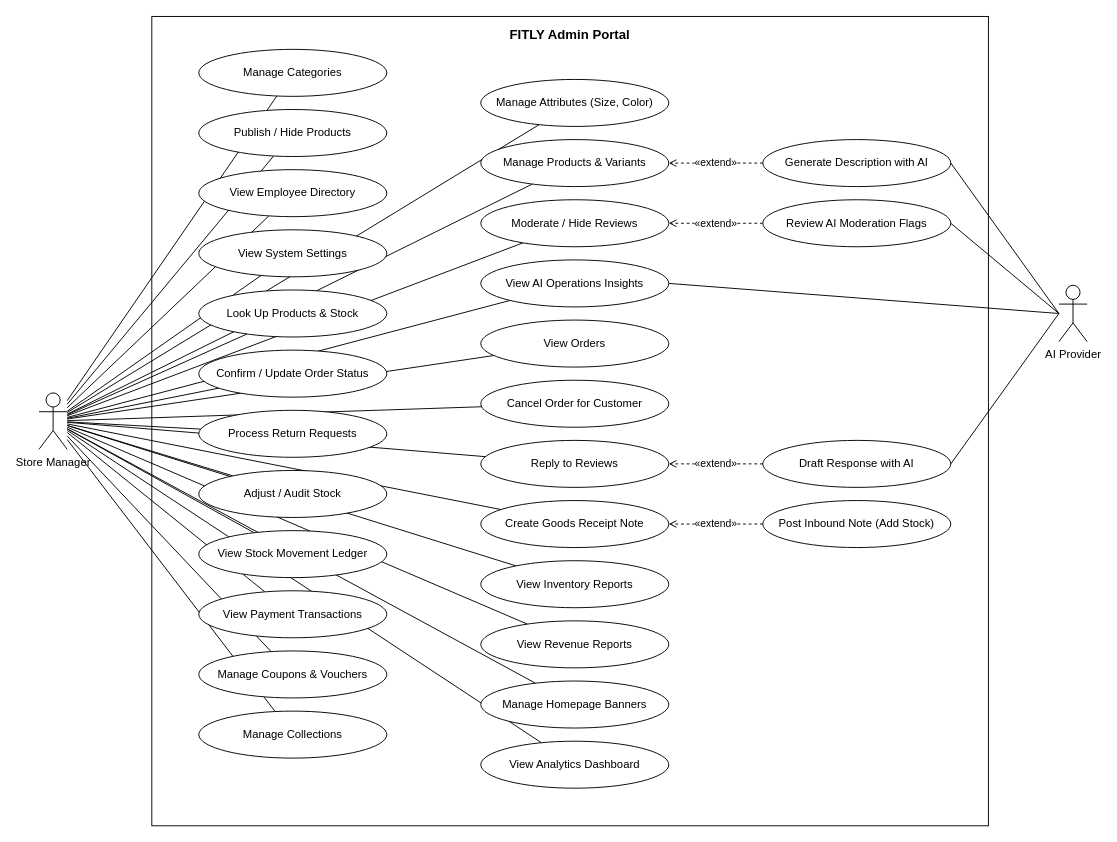
The draw.io diagram page "Accountant - Payments & Refunds" (9 of 15) of docs/design/usecase/FITLY-usecase.drawio in vietcachep/eco_fashion_be, before the edit. Source tidied: cells renumbered, new cells numbered last; positions are measured from the earlier drawing's top-left corner, leaving out a move shared by most shapes. Both pictures are drawn from the tidied source at 94%, with x=0, y=0 at pixel (39, 16).
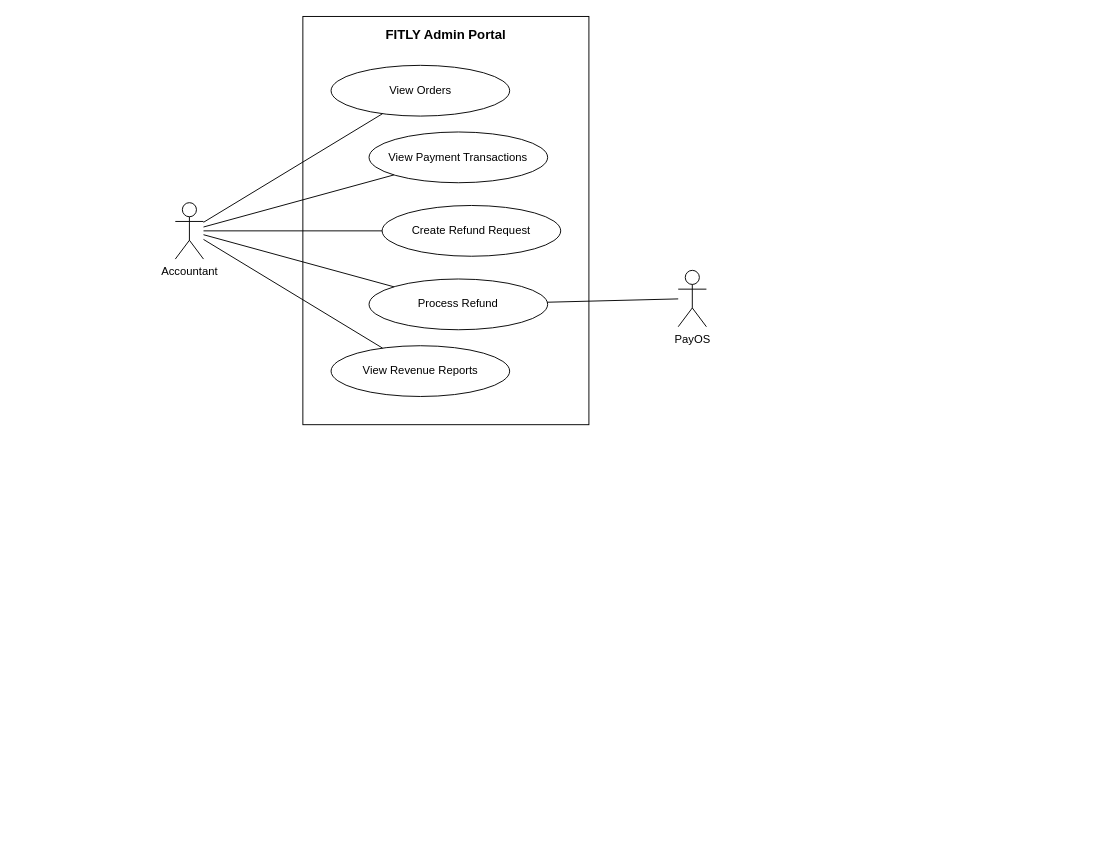
The same page after the edit.

Change to the diagram source:
```diff
@@
-    <mxCell id="2" style="edgeStyle=none;html=1;rounded=0;endArrow=none;" parent="1" edge="1" source="63" target="35">
-      <mxGeometry relative="1" as="geometry" />
-    </mxCell>
-    <mxCell id="3" style="edgeStyle=none;html=1;rounded=0;endArrow=none;" parent="1" edge="1" source="63" target="36">
-      <mxGeometry relative="1" as="geometry" />
-    </mxCell>
-    <mxCell id="4" style="edgeStyle=none;html=1;rounded=0;endArrow=none;" parent="1" edge="1" source="63" target="37">
-      <mxGeometry relative="1" as="geometry" />
-    </mxCell>
-    <mxCell id="5" style="edgeStyle=none;html=1;rounded=0;endArrow=none;" parent="1" edge="1" source="63" target="39">
-      <mxGeometry relative="1" as="geometry" />
-    </mxCell>
-    <mxCell id="6" style="edgeStyle=none;html=1;rounded=0;endArrow=none;" parent="1" edge="1" source="63" target="40">
-      <mxGeometry relative="1" as="geometry" />
-    </mxCell>
-    <mxCell id="7" style="edgeStyle=none;html=1;rounded=0;endArrow=none;" parent="1" edge="1" source="63" target="42">
-      <mxGeometry relative="1" as="geometry" />
-    </mxCell>
-    <mxCell id="8" style="edgeStyle=none;html=1;rounded=0;endArrow=none;" parent="1" edge="1" source="63" target="43">
-      <mxGeometry relative="1" as="geometry" />
-    </mxCell>
-    <mxCell id="9" style="edgeStyle=none;html=1;rounded=0;endArrow=none;" parent="1" edge="1" source="63" target="44">
-      <mxGeometry relative="1" as="geometry" />
-    </mxCell>
-    <mxCell id="10" style="edgeStyle=none;html=1;rounded=0;endArrow=none;" parent="1" edge="1" source="63" target="45">
-      <mxGeometry relative="1" as="geometry" />
-    </mxCell>
-    <mxCell id="11" style="edgeStyle=none;html=1;rounded=0;endArrow=none;" parent="1" edge="1" source="63" target="46">
-      <mxGeometry relative="1" as="geometry" />
-    </mxCell>
-    <mxCell id="12" style="edgeStyle=none;html=1;rounded=0;endArrow=none;" parent="1" edge="1" source="63" target="47">
-      <mxGeometry relative="1" as="geometry" />
-    </mxCell>
-    <mxCell id="13" style="edgeStyle=none;html=1;rounded=0;endArrow=none;" parent="1" edge="1" source="63" target="48">
-      <mxGeometry relative="1" as="geometry" />
-    </mxCell>
-    <mxCell id="14" style="edgeStyle=none;html=1;rounded=0;endArrow=none;" parent="1" edge="1" source="63" target="49">
-      <mxGeometry relative="1" as="geometry" />
-    </mxCell>
-    <mxCell id="15" style="edgeStyle=none;html=1;rounded=0;endArrow=none;" parent="1" edge="1" source="63" target="50">
-      <mxGeometry relative="1" as="geometry" />
-    </mxCell>
-    <mxCell id="16" style="edgeStyle=none;html=1;rounded=0;endArrow=none;" parent="1" edge="1" source="63" target="52">
-      <mxGeometry relative="1" as="geometry" />
-    </mxCell>
-    <mxCell id="17" style="edgeStyle=none;html=1;rounded=0;endArrow=none;" parent="1" edge="1" source="63" target="54">
-      <mxGeometry relative="1" as="geometry" />
-    </mxCell>
-    <mxCell id="18" style="edgeStyle=none;html=1;rounded=0;endArrow=none;" parent="1" edge="1" source="63" target="55">
-      <mxGeometry relative="1" as="geometry" />
-    </mxCell>
-    <mxCell id="19" style="edgeStyle=none;html=1;rounded=0;endArrow=none;" parent="1" edge="1" source="63" target="56">
-      <mxGeometry relative="1" as="geometry" />
-    </mxCell>
-    <mxCell id="20" style="edgeStyle=none;html=1;rounded=0;endArrow=none;" parent="1" edge="1" source="63" target="57">
-      <mxGeometry relative="1" as="geometry" />
-    </mxCell>
-    <mxCell id="21" style="edgeStyle=none;html=1;rounded=0;endArrow=none;" parent="1" edge="1" source="63" target="58">
-      <mxGeometry relative="1" as="geometry" />
-    </mxCell>
-    <mxCell id="22" style="edgeStyle=none;html=1;rounded=0;endArrow=none;" parent="1" edge="1" source="63" target="59">
-      <mxGeometry relative="1" as="geometry" />
-    </mxCell>
-    <mxCell id="23" style="edgeStyle=none;html=1;rounded=0;endArrow=none;" parent="1" edge="1" source="63" target="60">
-      <mxGeometry relative="1" as="geometry" />
-    </mxCell>
-    <mxCell id="24" style="edgeStyle=none;html=1;rounded=0;endArrow=none;" parent="1" edge="1" source="63" target="61">
-      <mxGeometry relative="1" as="geometry" />
-    </mxCell>
-    <mxCell id="25" style="edgeStyle=none;html=1;rounded=0;endArrow=none;" parent="1" edge="1" source="63" target="62">
-      <mxGeometry relative="1" as="geometry" />
-    </mxCell>
-    <mxCell id="26" value="«extend»" style="edgeStyle=none;html=1;rounded=0;dashed=1;endArrow=open;endFill=0;fontSize=11;" parent="1" edge="1" source="38" target="37">
-      <mxGeometry relative="1" as="geometry" />
-    </mxCell>
-    <mxCell id="27" value="«extend»" style="edgeStyle=none;html=1;rounded=0;dashed=1;endArrow=open;endFill=0;fontSize=11;" parent="1" edge="1" source="41" target="40">
-      <mxGeometry relative="1" as="geometry" />
-    </mxCell>
-    <mxCell id="28" value="«extend»" style="edgeStyle=none;html=1;rounded=0;dashed=1;endArrow=open;endFill=0;fontSize=11;" parent="1" edge="1" source="51" target="50">
-      <mxGeometry relative="1" as="geometry" />
-    </mxCell>
-    <mxCell id="29" value="«extend»" style="edgeStyle=none;html=1;rounded=0;dashed=1;endArrow=open;endFill=0;fontSize=11;" parent="1" edge="1" source="53" target="52">
-      <mxGeometry relative="1" as="geometry" />
-    </mxCell>
-    <mxCell id="30" style="edgeStyle=none;html=1;rounded=0;endArrow=none;exitX=1;exitY=0.5;entryX=0;entryY=0.5;" parent="1" edge="1" source="38" target="64">
-      <mxGeometry relative="1" as="geometry" />
-    </mxCell>
-    <mxCell id="31" style="edgeStyle=none;html=1;rounded=0;endArrow=none;exitX=1;exitY=0.5;entryX=0;entryY=0.5;" parent="1" edge="1" source="41" target="64">
-      <mxGeometry relative="1" as="geometry" />
-    </mxCell>
-    <mxCell id="32" style="edgeStyle=none;html=1;rounded=0;endArrow=none;exitX=1;exitY=0.5;entryX=0;entryY=0.5;" parent="1" edge="1" source="42" target="64">
-      <mxGeometry relative="1" as="geometry" />
-    </mxCell>
-    <mxCell id="33" style="edgeStyle=none;html=1;rounded=0;endArrow=none;exitX=1;exitY=0.5;entryX=0;entryY=0.5;" parent="1" edge="1" source="51" target="64">
-      <mxGeometry relative="1" as="geometry" />
-    </mxCell>
     <mxCell id="34" value="FITLY Admin Portal" style="rounded=0;whiteSpace=wrap;html=1;fillColor=none;verticalAlign=top;fontStyle=1;fontSize=14;spacingTop=4;" parent="1" vertex="1">
-      <mxGeometry x="120" width="890" height="861" as="geometry" />
+      <mxGeometry x="280.7" width="304.3" height="434.3" as="geometry" />
     </mxCell>
-    <mxCell id="35" value="Manage Categories" style="ellipse;whiteSpace=wrap;html=1;fontSize=12;fillColor=#FFFFFF;" parent="1" vertex="1">
-      <mxGeometry x="170" y="35" width="200" height="50" as="geometry" />
+    <mxCell id="35" value="View Orders" style="ellipse;whiteSpace=wrap;html=1;fontSize=12;fillColor=#FFFFFF;" parent="1" vertex="1">
+      <mxGeometry x="310.7" y="52" width="190" height="54" as="geometry" />
     </mxCell>
-    <mxCell id="36" value="Manage Attributes (Size, Color)" style="ellipse;whiteSpace=wrap;html=1;fontSize=12;fillColor=#FFFFFF;" parent="1" vertex="1">
-      <mxGeometry x="470" y="67" width="200" height="50" as="geometry" />
+    <mxCell id="36" value="View Payment Transactions" style="ellipse;whiteSpace=wrap;html=1;fontSize=12;fillColor=#FFFFFF;" parent="1" vertex="1">
+      <mxGeometry x="351.1" y="122.9" width="190" height="54" as="geometry" />
     </mxCell>
-    <mxCell id="37" value="Manage Products &amp; Variants" style="ellipse;whiteSpace=wrap;html=1;fontSize=12;fillColor=#FFFFFF;" parent="1" vertex="1">
-      <mxGeometry x="470" y="131" width="200" height="50" as="geometry" />
+    <mxCell id="37" value="Create Refund Request" style="ellipse;whiteSpace=wrap;html=1;fontSize=12;fillColor=#FFFFFF;" parent="1" vertex="1">
+      <mxGeometry x="365" y="201.1" width="190" height="54" as="geometry" />
     </mxCell>
-    <mxCell id="38" value="Generate Description with AI" style="ellipse;whiteSpace=wrap;html=1;fontSize=12;fillColor=#FFFFFF;" parent="1" vertex="1">
-      <mxGeometry x="770" y="131" width="200" height="50" as="geometry" />
+    <mxCell id="38" value="Process Refund" style="ellipse;whiteSpace=wrap;html=1;fontSize=12;fillColor=#FFFFFF;" parent="1" vertex="1">
+      <mxGeometry x="351.1" y="279.3" width="190" height="54" as="geometry" />
     </mxCell>
-    <mxCell id="39" value="Publish / Hide Products" style="ellipse;whiteSpace=wrap;html=1;fontSize=12;fillColor=#FFFFFF;" parent="1" vertex="1">
-      <mxGeometry x="170" y="99" width="200" height="50" as="geometry" />
+    <mxCell id="39" value="View Revenue Reports" style="ellipse;whiteSpace=wrap;html=1;fontSize=12;fillColor=#FFFFFF;" parent="1" vertex="1">
+      <mxGeometry x="310.7" y="350.3" width="190" height="54" as="geometry" />
     </mxCell>
-    <mxCell id="40" value="Moderate / Hide Reviews" style="ellipse;whiteSpace=wrap;html=1;fontSize=12;fillColor=#FFFFFF;" parent="1" vertex="1">
-      <mxGeometry x="470" y="195" width="200" height="50" as="geometry" />
+    <mxCell id="40" value="Accountant" style="shape=umlActor;verticalLabelPosition=bottom;verticalAlign=top;html=1;outlineConnect=0;" parent="1" vertex="1">
+      <mxGeometry x="145" y="198.1" width="30" height="60" as="geometry" />
     </mxCell>
-    <mxCell id="41" value="Review AI Moderation Flags" style="ellipse;whiteSpace=wrap;html=1;fontSize=12;fillColor=#FFFFFF;" parent="1" vertex="1">
-      <mxGeometry x="770" y="195" width="200" height="50" as="geometry" />
+    <mxCell id="41" value="PayOS" style="shape=umlActor;verticalLabelPosition=bottom;verticalAlign=top;html=1;outlineConnect=0;" parent="1" vertex="1">
+      <mxGeometry x="680" y="270.1" width="30" height="60" as="geometry" />
     </mxCell>
-    <mxCell id="42" value="View AI Operations Insights" style="ellipse;whiteSpace=wrap;html=1;fontSize=12;fillColor=#FFFFFF;" parent="1" vertex="1">
-      <mxGeometry x="470" y="259" width="200" height="50" as="geometry" />
+    <mxCell id="42" style="edgeStyle=none;html=1;rounded=0;endArrow=none;" parent="1" edge="1" source="40" target="35">
+      <mxGeometry relative="1" as="geometry" />
     </mxCell>
-    <mxCell id="43" value="View Employee Directory" style="ellipse;whiteSpace=wrap;html=1;fontSize=12;fillColor=#FFFFFF;" parent="1" vertex="1">
-      <mxGeometry x="170" y="163" width="200" height="50" as="geometry" />
+    <mxCell id="43" style="edgeStyle=none;html=1;rounded=0;endArrow=none;" parent="1" edge="1" source="40" target="36">
+      <mxGeometry relative="1" as="geometry" />
     </mxCell>
-    <mxCell id="44" value="View System Settings" style="ellipse;whiteSpace=wrap;html=1;fontSize=12;fillColor=#FFFFFF;" parent="1" vertex="1">
-      <mxGeometry x="170" y="227" width="200" height="50" as="geometry" />
+    <mxCell id="44" style="edgeStyle=none;html=1;rounded=0;endArrow=none;" parent="1" edge="1" source="40" target="37">
+      <mxGeometry relative="1" as="geometry" />
     </mxCell>
-    <mxCell id="45" value="Look Up Products &amp; Stock" style="ellipse;whiteSpace=wrap;html=1;fontSize=12;fillColor=#FFFFFF;" parent="1" vertex="1">
-      <mxGeometry x="170" y="291" width="200" height="50" as="geometry" />
+    <mxCell id="45" style="edgeStyle=none;html=1;rounded=0;endArrow=none;" parent="1" edge="1" source="40" target="38">
+      <mxGeometry relative="1" as="geometry" />
     </mxCell>
-    <mxCell id="46" value="View Orders" style="ellipse;whiteSpace=wrap;html=1;fontSize=12;fillColor=#FFFFFF;" parent="1" vertex="1">
-      <mxGeometry x="470" y="323" width="200" height="50" as="geometry" />
+    <mxCell id="46" style="edgeStyle=none;html=1;rounded=0;endArrow=none;" parent="1" edge="1" source="40" target="39">
+      <mxGeometry relative="1" as="geometry" />
     </mxCell>
-    <mxCell id="47" value="Confirm / Update Order Status" style="ellipse;whiteSpace=wrap;html=1;fontSize=12;fillColor=#FFFFFF;" parent="1" vertex="1">
-      <mxGeometry x="170" y="355" width="200" height="50" as="geometry" />
+    <mxCell id="47" style="edgeStyle=none;html=1;rounded=0;endArrow=none;" parent="1" edge="1" source="41" target="38">
+      <mxGeometry relative="1" as="geometry" />
     </mxCell>
-    <mxCell id="48" value="Cancel Order for Customer" style="ellipse;whiteSpace=wrap;html=1;fontSize=12;fillColor=#FFFFFF;" parent="1" vertex="1">
-      <mxGeometry x="470" y="387" width="200" height="50" as="geometry" />
-    </mxCell>
-    <mxCell id="49" value="Process Return Requests" style="ellipse;whiteSpace=wrap;html=1;fontSize=12;fillColor=#FFFFFF;" parent="1" vertex="1">
-      <mxGeometry x="170" y="419" width="200" height="50" as="geometry" />
-    </mxCell>
-    <mxCell id="50" value="Reply to Reviews" style="ellipse;whiteSpace=wrap;html=1;fontSize=12;fillColor=#FFFFFF;" parent="1" vertex="1">
-      <mxGeometry x="470" y="451" width="200" height="50" as="geometry" />
-    </mxCell>
-    <mxCell id="51" value="Draft Response with AI" style="ellipse;whiteSpace=wrap;html=1;fontSize=12;fillColor=#FFFFFF;" parent="1" vertex="1">
-      <mxGeometry x="770" y="451" width="200" height="50" as="geometry" />
-    </mxCell>
-    <mxCell id="52" value="Create Goods Receipt Note" style="ellipse;whiteSpace=wrap;html=1;fontSize=12;fillColor=#FFFFFF;" parent="1" vertex="1">
-      <mxGeometry x="470" y="515" width="200" height="50" as="geometry" />
-    </mxCell>
-    <mxCell id="53" value="Post Inbound Note (Add Stock)" style="ellipse;whiteSpace=wrap;html=1;fontSize=12;fillColor=#FFFFFF;" parent="1" vertex="1">
-      <mxGeometry x="770" y="515" width="200" height="50" as="geometry" />
-    </mxCell>
-    <mxCell id="54" value="Adjust / Audit Stock" style="ellipse;whiteSpace=wrap;html=1;fontSize=12;fillColor=#FFFFFF;" parent="1" vertex="1">
-      <mxGeometry x="170" y="483" width="200" height="50" as="geometry" />
-    </mxCell>
-    <mxCell id="55" value="View Stock Movement Ledger" style="ellipse;whiteSpace=wrap;html=1;fontSize=12;fillColor=#FFFFFF;" parent="1" vertex="1">
-      <mxGeometry x="170" y="547" width="200" height="50" as="geometry" />
-    </mxCell>
-    <mxCell id="56" value="View Inventory Reports" style="ellipse;whiteSpace=wrap;html=1;fontSize=12;fillColor=#FFFFFF;" parent="1" vertex="1">
-      <mxGeometry x="470" y="579" width="200" height="50" as="geometry" />
-    </mxCell>
-    <mxCell id="57" value="View Payment Transactions" style="ellipse;whiteSpace=wrap;html=1;fontSize=12;fillColor=#FFFFFF;" parent="1" vertex="1">
-      <mxGeometry x="170" y="611" width="200" height="50" as="geometry" />
-    </mxCell>
-    <mxCell id="58" value="View Revenue Reports" style="ellipse;whiteSpace=wrap;html=1;fontSize=12;fillColor=#FFFFFF;" parent="1" vertex="1">
-      <mxGeometry x="470" y="643" width="200" height="50" as="geometry" />
-    </mxCell>
-    <mxCell id="59" value="Manage Coupons &amp; Vouchers" style="ellipse;whiteSpace=wrap;html=1;fontSize=12;fillColor=#FFFFFF;" parent="1" vertex="1">
-      <mxGeometry x="170" y="675" width="200" height="50" as="geometry" />
-    </mxCell>
-    <mxCell id="60" value="Manage Homepage Banners" style="ellipse;whiteSpace=wrap;html=1;fontSize=12;fillColor=#FFFFFF;" parent="1" vertex="1">
-      <mxGeometry x="470" y="707" width="200" height="50" as="geometry" />
-    </mxCell>
-    <mxCell id="61" value="Manage Collections" style="ellipse;whiteSpace=wrap;html=1;fontSize=12;fillColor=#FFFFFF;" parent="1" vertex="1">
-      <mxGeometry x="170" y="739" width="200" height="50" as="geometry" />
-    </mxCell>
-    <mxCell id="62" value="View Analytics Dashboard" style="ellipse;whiteSpace=wrap;html=1;fontSize=12;fillColor=#FFFFFF;" parent="1" vertex="1">
-      <mxGeometry x="470" y="771" width="200" height="50" as="geometry" />
-    </mxCell>
-    <mxCell id="63" value="Store Manager" style="shape=umlActor;verticalLabelPosition=bottom;verticalAlign=top;html=1;outlineConnect=0;" parent="1" vertex="1">
-      <mxGeometry y="400.5" width="30" height="60" as="geometry" />
-    </mxCell>
-    <mxCell id="64" value="AI Provider" style="shape=umlActor;verticalLabelPosition=bottom;verticalAlign=top;html=1;outlineConnect=0;" parent="1" vertex="1">
-      <mxGeometry x="1085" y="286" width="30" height="60" as="geometry" />
-    </mxCell>
```
